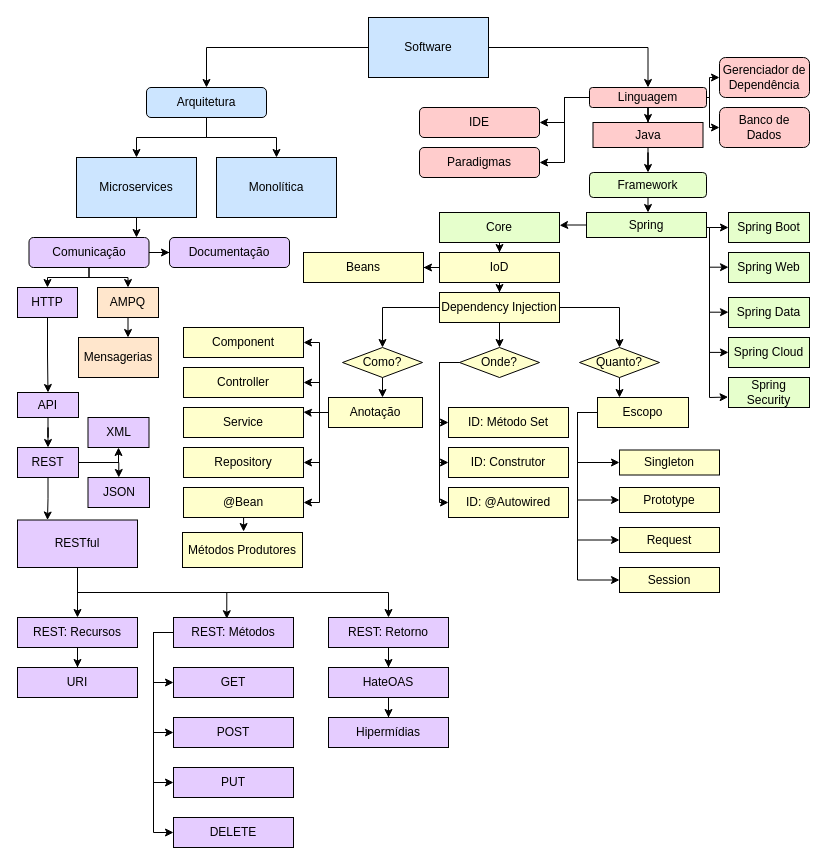
The draw.io diagram Microservice.drawio in C-algaro/Diagramas-UML, before the edit. Source tidied: cells renumbered, new cells numbered last; positions are measured from the earlier drawing's top-left corner, leaving out a move shared by most shapes. Both pictures are drawn from the tidied source at 100%, with x=0, y=0 at pixel (17, 17).
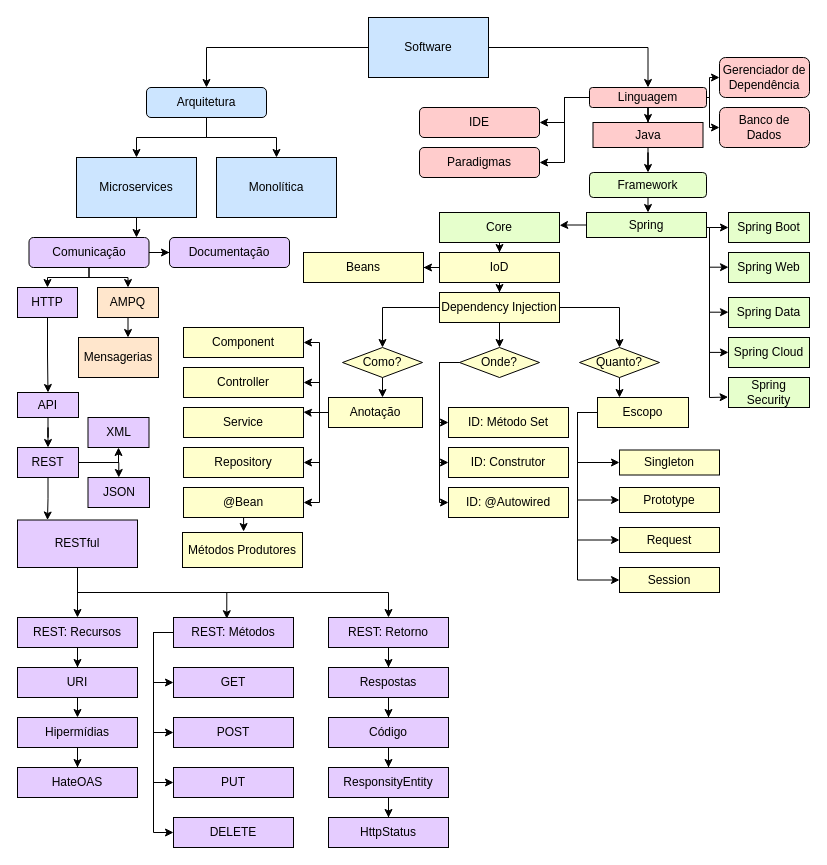
Above is the later version.

Commit message:
Commit Retorno e Recursos HTTP.drawio

Unchanged cells that the change refers to:
```xml
<mxCell id="49" value="REST: Retorno" style="rounded=0;whiteSpace=wrap;html=1;fillColor=#E5CCFF;" parent="1" vertex="1">
  <mxGeometry x="311" y="600" width="120" height="30" as="geometry" />
</mxCell>
<mxCell id="65" value="URI" style="rounded=0;whiteSpace=wrap;html=1;fillColor=#E5CCFF;" parent="1" vertex="1">
  <mxGeometry y="650" width="120" height="30" as="geometry" />
</mxCell>
```

Change to the diagram source:
```diff
@@
-    <mxCell id="48" style="edgeStyle=orthogonalEdgeStyle;rounded=0;jettySize=auto;html=1;entryX=0.5;entryY=0;entryDx=0;entryDy=0;" parent="1" edge="1" source="49" target="60">
-      <mxGeometry relative="1" as="geometry" />
-    </mxCell>
+    <mxCell id="121" style="edgeStyle=orthogonalEdgeStyle;rounded=0;jettySize=auto;html=1;entryX=0.5;entryY=0;entryDx=0;entryDy=0;" parent="1" edge="1" source="49" target="125">
+      <mxGeometry relative="1" as="geometry" />
+    </mxCell>
@@
-    <mxCell id="59" style="edgeStyle=orthogonalEdgeStyle;rounded=0;jettySize=auto;html=1;" parent="1" edge="1" source="60" target="66">
-      <mxGeometry relative="1" as="geometry" />
-    </mxCell>
     <mxCell id="60" value="HateOAS" style="rounded=0;whiteSpace=wrap;html=1;fillColor=#E5CCFF;" parent="1" vertex="1">
-      <mxGeometry x="311" y="650" width="120" height="30" as="geometry" />
+      <mxGeometry y="750" width="120" height="30" as="geometry" />
     </mxCell>
@@
+    <mxCell id="122" style="edgeStyle=orthogonalEdgeStyle;rounded=0;jettySize=auto;html=1;exitX=0.5;exitY=1;exitDx=0;exitDy=0;entryX=0.5;entryY=0;entryDx=0;entryDy=0;" parent="1" edge="1" source="65" target="66">
+      <mxGeometry relative="1" as="geometry" />
+    </mxCell>
@@
+    <mxCell id="123" style="edgeStyle=orthogonalEdgeStyle;rounded=0;jettySize=auto;html=1;entryX=0.5;entryY=0;entryDx=0;entryDy=0;" parent="1" edge="1" source="66" target="60">
+      <mxGeometry relative="1" as="geometry" />
+    </mxCell>
     <mxCell id="66" value="Hipermídias" style="rounded=0;whiteSpace=wrap;html=1;fillColor=#E5CCFF;" parent="1" vertex="1">
-      <mxGeometry x="311" y="700" width="120" height="30" as="geometry" />
+      <mxGeometry y="700" width="120" height="30" as="geometry" />
     </mxCell>
@@
+    <mxCell id="124" style="edgeStyle=orthogonalEdgeStyle;rounded=0;jettySize=auto;html=1;entryX=0.5;entryY=0;entryDx=0;entryDy=0;" parent="1" edge="1" source="125" target="127">
+      <mxGeometry relative="1" as="geometry" />
+    </mxCell>
+    <mxCell id="125" value="Respostas" style="rounded=0;whiteSpace=wrap;html=1;fillColor=#E5CCFF;" parent="1" vertex="1">
+      <mxGeometry x="311" y="650" width="120" height="30" as="geometry" />
+    </mxCell>
+    <mxCell id="126" style="edgeStyle=orthogonalEdgeStyle;rounded=0;jettySize=auto;html=1;entryX=0.5;entryY=0;entryDx=0;entryDy=0;" parent="1" edge="1" source="127" target="129">
+      <mxGeometry relative="1" as="geometry" />
+    </mxCell>
+    <mxCell id="127" value="Código" style="rounded=0;whiteSpace=wrap;html=1;fillColor=#E5CCFF;" parent="1" vertex="1">
+      <mxGeometry x="311" y="700" width="120" height="30" as="geometry" />
+    </mxCell>
+    <mxCell id="128" style="edgeStyle=orthogonalEdgeStyle;rounded=0;jettySize=auto;html=1;entryX=0.5;entryY=0;entryDx=0;entryDy=0;" parent="1" edge="1" source="129" target="130">
+      <mxGeometry relative="1" as="geometry" />
+    </mxCell>
+    <mxCell id="129" value="ResponsityEntity" style="rounded=0;whiteSpace=wrap;html=1;fillColor=#E5CCFF;" parent="1" vertex="1">
+      <mxGeometry x="311" y="750" width="120" height="30" as="geometry" />
+    </mxCell>
+    <mxCell id="130" value="HttpStatus" style="rounded=0;whiteSpace=wrap;html=1;fillColor=#E5CCFF;" parent="1" vertex="1">
+      <mxGeometry x="311" y="800" width="120" height="30" as="geometry" />
+    </mxCell>
```
